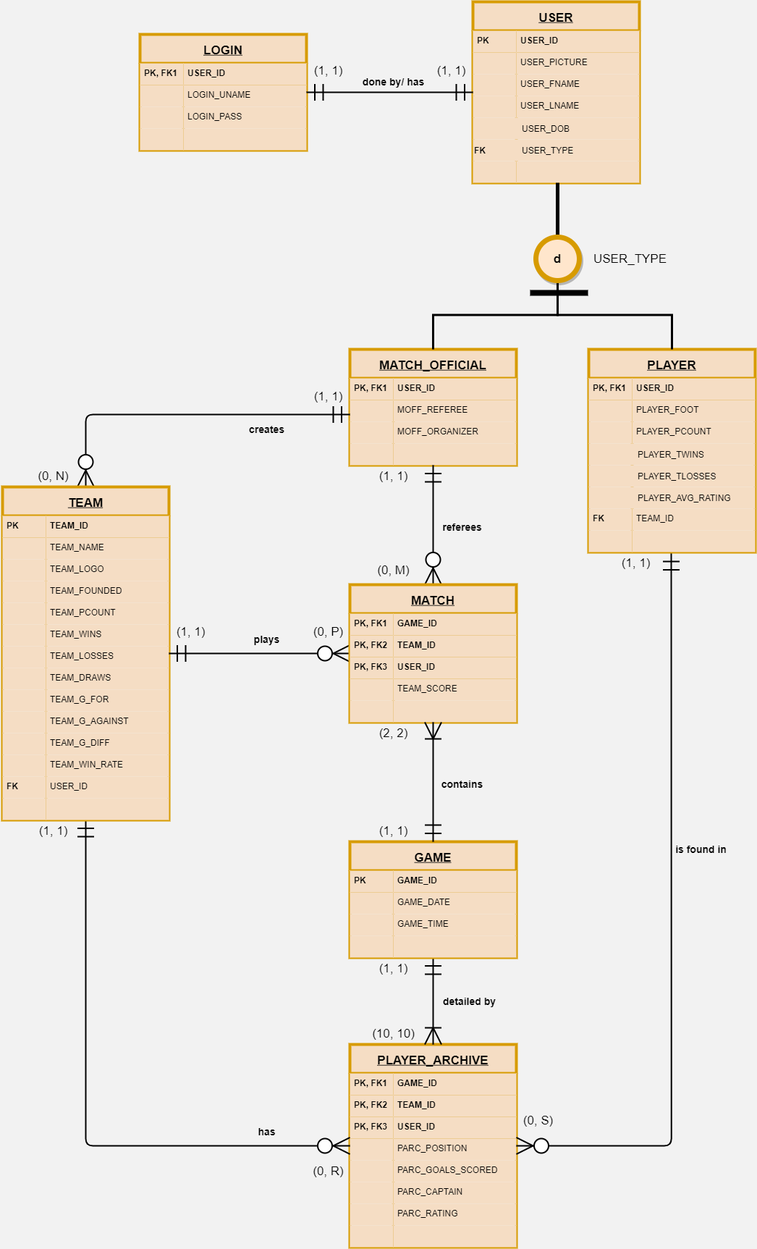
This is ASM ERD -  Final Draft - part 2.png from moose918/ASM, a draw.io export, as it was before one commit. Source tidied: cells renumbered, new cells last; positions are measured from the earlier drawing's top-left corner, leaving out a move shared by most shapes.
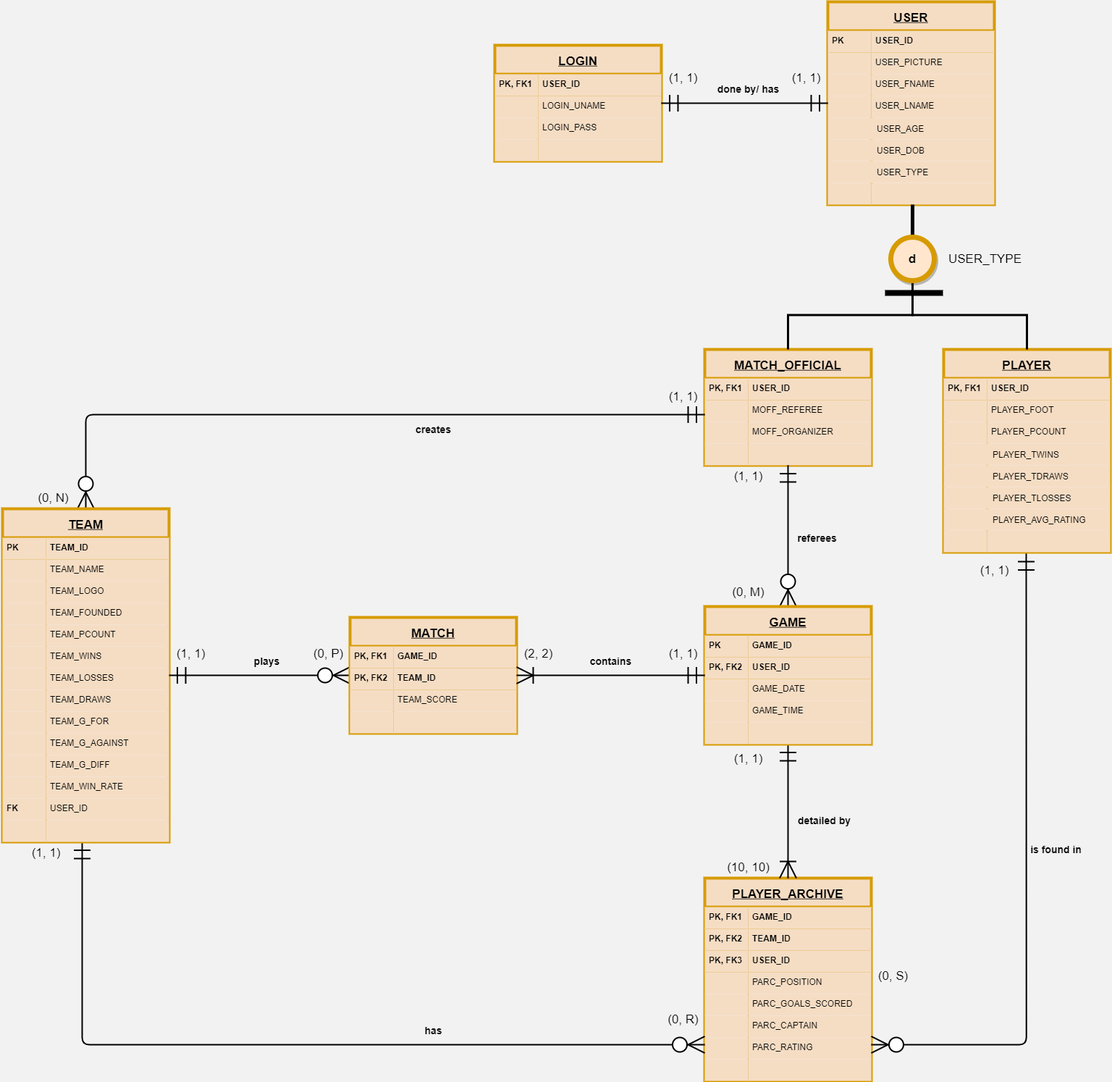
The same diagram one commit later.

Commit message:
DBF Characteristics part 1 DONE

What changed in the source:
```diff
@@ -8,3 +8,3 @@
     <mxCell id="3" value="PLAYER_ARCHIVE" style="shape=table;rowLines=0;align=center;fontSize=17;fillColor=#F5DDC4;strokeColor=#d79b00;verticalAlign=middle;spacingLeft=4;spacingRight=4;fontStyle=5;strokeWidth=4;startSize=40;shadow=0;" parent="1" vertex="1">
-      <mxGeometry x="480" y="1440" width="230" height="280" as="geometry" />
+      <mxGeometry x="480" y="1210" width="230" height="280" as="geometry" />
     </mxCell>
@@ -88,3 +88,3 @@
         <Array as="points">
-          <mxPoint x="924" y="1580" />
+          <mxPoint x="924" y="1440" />
         </Array>
@@ -95,3 +95,3 @@
         <Array as="points">
-          <mxPoint x="115" y="1580" />
+          <mxPoint x="-380" y="1440" />
         </Array>
@@ -177,4 +177,13 @@
     </mxCell>
+    <mxCell id="215" style="shape=partialRectangle;fillColor=#F5DDC4;top=0;left=0;bottom=0;right=0;fontSize=12;strokeColor=#d79b00;align=left;fontStyle=1;verticalAlign=top;spacingLeft=4;spacingRight=4;" parent="44" vertex="1">
+      <mxGeometry y="160" width="230" height="30" as="geometry" />
+    </mxCell>
+    <mxCell id="216" style="shape=partialRectangle;fillColor=none;top=0;left=0;bottom=0;right=0;overflow=hidden;" parent="215" vertex="1">
+      <mxGeometry width="60" height="30" as="geometry" />
+    </mxCell>
+    <mxCell id="217" value="PLAYER_TDRAWS" style="shape=partialRectangle;fillColor=none;top=0;left=0;bottom=0;right=0;align=left;spacingLeft=6;overflow=hidden;" parent="215" vertex="1">
+      <mxGeometry x="60" width="170" height="30" as="geometry" />
+    </mxCell>
     <mxCell id="57" style="shape=partialRectangle;fillColor=#F5DDC4;top=0;left=0;bottom=0;right=0;fontSize=12;strokeColor=#d79b00;align=left;fontStyle=1;verticalAlign=top;spacingLeft=4;spacingRight=4;" parent="44" vertex="1">
-      <mxGeometry y="160" width="230" height="30" as="geometry" />
+      <mxGeometry y="190" width="230" height="30" as="geometry" />
     </mxCell>
@@ -187,3 +196,3 @@
     <mxCell id="60" style="shape=partialRectangle;fillColor=#F5DDC4;top=0;left=0;bottom=0;right=0;fontSize=12;strokeColor=#d79b00;align=left;fontStyle=1;verticalAlign=top;spacingLeft=4;spacingRight=4;" parent="44" vertex="1">
-      <mxGeometry y="190" width="230" height="30" as="geometry" />
+      <mxGeometry y="220" width="230" height="30" as="geometry" />
     </mxCell>
@@ -195,11 +204,2 @@
     </mxCell>
-    <mxCell id="63" style="shape=partialRectangle;fillColor=none;top=0;left=0;bottom=0;right=0;" parent="44" vertex="1">
-      <mxGeometry y="220" width="230" height="30" as="geometry" />
-    </mxCell>
-    <mxCell id="64" value="FK" style="shape=partialRectangle;fillColor=#F5DDC4;top=0;left=0;bottom=0;right=0;overflow=hidden;align=left;verticalAlign=top;strokeColor=#d79b00;spacingLeft=4;spacingRight=4;fontStyle=1;" parent="63" vertex="1">
-      <mxGeometry width="60" height="30" as="geometry" />
-    </mxCell>
-    <mxCell id="65" value="TEAM_ID" style="shape=partialRectangle;fillColor=#F5DDC4;top=0;left=0;bottom=0;right=0;align=left;spacingLeft=4;overflow=hidden;verticalAlign=top;strokeColor=#d79b00;spacingRight=4;" parent="63" vertex="1">
-      <mxGeometry x="60" width="170" height="30" as="geometry" />
-    </mxCell>
     <mxCell id="66" style="shape=partialRectangle;fillColor=none;top=0;left=0;bottom=0;right=0;points=[[0,0.5],[1,0.5]];portConstraint=eastwest;" parent="44" vertex="1">
@@ -219,3 +219,3 @@
     </mxCell>
-    <mxCell id="71" style="fontSize=12;html=1;endArrow=ERmandOne;startArrow=ERzeroToMany;startSize=20;endSize=20;strokeWidth=2;startFill=1;endFill=0;" parent="1" edge="1" source="129" target="31">
+    <mxCell id="71" style="fontSize=12;html=1;endArrow=ERmandOne;startArrow=ERzeroToMany;startSize=20;endSize=20;strokeWidth=2;startFill=1;endFill=0;" parent="1" edge="1" source="145" target="31">
       <mxGeometry x="-810" y="-1220" as="geometry" />
@@ -226,3 +226,3 @@
     <mxCell id="73" value="referees" style="text;html=1;align=center;verticalAlign=middle;strokeColor=none;fontSize=14;fontStyle=1;" parent="1" vertex="1">
-      <mxGeometry x="600" y="715" width="70" height="20" as="geometry" />
+      <mxGeometry x="600" y="730" width="70" height="20" as="geometry" />
     </mxCell>
@@ -231,3 +231,3 @@
         <Array as="points">
-          <mxPoint x="115" y="570" />
+          <mxPoint x="-375" y="570" />
         </Array>
@@ -238,16 +238,13 @@
     </mxCell>
-    <mxCell id="76" value="(0, N)" style="text;html=1;align=center;verticalAlign=middle;strokeColor=none;fontSize=17;" parent="1" vertex="1">
-      <mxGeometry x="40" y="710" width="60" height="30" as="geometry" />
-    </mxCell>
     <mxCell id="77" value="creates" style="text;html=1;align=center;verticalAlign=middle;strokeColor=none;fontSize=14;fontStyle=1;" parent="1" vertex="1">
-      <mxGeometry x="335" y="580" width="60" height="20" as="geometry" />
+      <mxGeometry x="75" y="580" width="60" height="20" as="geometry" />
     </mxCell>
     <mxCell id="78" value="(1, 1)" style="text;html=1;align=center;verticalAlign=middle;strokeColor=none;fontSize=17;" parent="1" vertex="1">
-      <mxGeometry x="845" y="760" width="60" height="30" as="geometry" />
+      <mxGeometry x="850" y="770" width="60" height="30" as="geometry" />
     </mxCell>
     <mxCell id="79" value="(1, 1)" style="text;html=1;align=center;verticalAlign=middle;strokeColor=none;fontSize=17;" parent="1" vertex="1">
-      <mxGeometry x="40" y="1130" width="60" height="30" as="geometry" />
+      <mxGeometry x="-450" y="1130" width="60" height="30" as="geometry" />
     </mxCell>
     <mxCell id="80" value="TEAM" style="shape=table;rowLines=0;align=center;fontSize=17;fillColor=#F5DDC4;strokeColor=#d79b00;verticalAlign=middle;spacingLeft=4;spacingRight=4;fontStyle=5;strokeWidth=4;startSize=40;shadow=0;" parent="1" vertex="1">
-      <mxGeometry y="670" width="230" height="460" as="geometry" />
+      <mxGeometry x="-490" y="700" width="230" height="460" as="geometry" />
     </mxCell>
@@ -380,3 +377,3 @@
     <mxCell id="123" style="group;" parent="1" vertex="1">
-      <mxGeometry x="190" y="850" width="290" height="40" as="geometry" />
+      <mxGeometry x="-300" y="880" width="290" height="40" as="geometry" />
     </mxCell>
@@ -392,9 +389,9 @@
     <mxCell id="127" style="fontSize=12;html=1;endArrow=ERzeroToMany;startArrow=ERmandOne;startSize=20;endSize=20;strokeWidth=2;startFill=0;endFill=1;" parent="1" edge="1" source="80" target="129">
-      <mxGeometry x="-1620" y="-1720" as="geometry" />
+      <mxGeometry x="-2110" y="-1720" as="geometry" />
     </mxCell>
     <mxCell id="128" value="(0, M)" style="text;html=1;align=center;verticalAlign=middle;strokeColor=none;fontSize=17;" parent="1" vertex="1">
-      <mxGeometry x="510" y="770" width="60" height="30" as="geometry" />
+      <mxGeometry x="510" y="800" width="60" height="30" as="geometry" />
     </mxCell>
     <mxCell id="129" value="MATCH" style="shape=table;rowLines=0;align=center;fontSize=17;fillColor=#F5DDC4;strokeColor=#d79b00;verticalAlign=middle;spacingLeft=4;spacingRight=4;fontStyle=5;strokeWidth=4;startSize=40;shadow=0;" parent="1" vertex="1">
-      <mxGeometry x="480" y="805" width="230" height="190" as="geometry" />
+      <mxGeometry x="-10" y="850" width="230" height="160" as="geometry" />
     </mxCell>
@@ -418,13 +415,4 @@
     </mxCell>
-    <mxCell id="136" style="shape=partialRectangle;fillColor=none;top=0;left=0;bottom=1;right=0;strokeColor=#D79B00;strokeWidth=5;perimeterSpacing=3;" parent="129" vertex="1">
-      <mxGeometry y="100" width="230" height="30" as="geometry" />
-    </mxCell>
-    <mxCell id="137" value="PK, FK3" style="shape=partialRectangle;fillColor=#F5DDC4;top=0;left=0;bottom=0;right=0;overflow=hidden;align=left;verticalAlign=top;strokeColor=#d79b00;spacingLeft=4;spacingRight=4;fontStyle=1;strokeWidth=7;" parent="136" vertex="1">
-      <mxGeometry width="60" height="30" as="geometry" />
-    </mxCell>
-    <mxCell id="138" value="USER_ID" style="shape=partialRectangle;fillColor=#F5DDC4;top=0;left=0;bottom=0;right=0;align=left;spacingLeft=4;overflow=hidden;verticalAlign=top;strokeColor=#d79b00;spacingRight=4;fontStyle=1;strokeWidth=5;" parent="136" vertex="1">
-      <mxGeometry x="60" width="170" height="30" as="geometry" />
-    </mxCell>
     <mxCell id="139" style="shape=partialRectangle;fillColor=none;top=0;left=0;bottom=0;right=0;" parent="129" vertex="1">
-      <mxGeometry y="130" width="230" height="30" as="geometry" />
+      <mxGeometry y="100" width="230" height="30" as="geometry" />
     </mxCell>
@@ -437,3 +425,3 @@
     <mxCell id="142" style="shape=partialRectangle;fillColor=none;top=0;left=0;bottom=0;right=0;" parent="129" vertex="1">
-      <mxGeometry y="160" width="230" height="30" as="geometry" />
+      <mxGeometry y="130" width="230" height="30" as="geometry" />
     </mxCell>
@@ -446,3 +434,3 @@
     <mxCell id="145" value="GAME" style="shape=table;rowLines=0;align=center;fontSize=17;fillColor=#F5DDC4;strokeColor=#d79b00;verticalAlign=middle;spacingLeft=4;spacingRight=4;fontStyle=5;strokeWidth=4;startSize=40;shadow=0;" parent="1" vertex="1">
-      <mxGeometry x="480" y="1160" width="230" height="160" as="geometry" />
+      <mxGeometry x="480" y="835" width="230" height="190" as="geometry" />
     </mxCell>
@@ -457,9 +445,18 @@
     </mxCell>
-    <mxCell id="149" style="shape=partialRectangle;fillColor=none;top=0;left=0;bottom=0;right=0;" parent="145" vertex="1">
-      <mxGeometry y="70" width="230" height="30" as="geometry" />
-    </mxCell>
+    <mxCell id="218" style="shape=partialRectangle;fillColor=none;top=0;left=0;bottom=1;right=0;strokeColor=#D79B00;strokeWidth=5;perimeterSpacing=3;" parent="145" vertex="1">
+      <mxGeometry y="70" width="230" height="30" as="geometry" />
+    </mxCell>
+    <mxCell id="219" value="PK, FK2" style="shape=partialRectangle;fillColor=#F5DDC4;top=0;left=0;bottom=0;right=0;overflow=hidden;align=left;verticalAlign=top;strokeColor=#d79b00;spacingLeft=4;spacingRight=4;fontStyle=1;strokeWidth=7;" parent="218" vertex="1">
+      <mxGeometry width="60" height="30" as="geometry" />
+    </mxCell>
+    <mxCell id="138" value="USER_ID" style="shape=partialRectangle;fillColor=#F5DDC4;top=0;left=0;bottom=0;right=0;align=left;spacingLeft=4;overflow=hidden;verticalAlign=top;strokeColor=#d79b00;spacingRight=4;fontStyle=1;strokeWidth=5;" parent="218" vertex="1">
+      <mxGeometry x="60" width="170" height="30" as="geometry" />
+    </mxCell>
+    <mxCell id="220" style="shape=partialRectangle;fillColor=none;top=0;left=0;bottom=0;right=0;" parent="145" vertex="1">
+      <mxGeometry y="100" width="230" height="30" as="geometry" />
+    </mxCell>
-    <mxCell id="150" style="shape=partialRectangle;fillColor=#F5DDC4;top=0;left=0;bottom=0;right=0;overflow=hidden;align=left;verticalAlign=top;strokeColor=#d79b00;spacingLeft=4;spacingRight=4;" parent="149" vertex="1">
+    <mxCell id="150" style="shape=partialRectangle;fillColor=#F5DDC4;top=0;left=0;bottom=0;right=0;overflow=hidden;align=left;verticalAlign=top;strokeColor=#d79b00;spacingLeft=4;spacingRight=4;" parent="220" vertex="1">
       <mxGeometry width="60" height="30" as="geometry" />
     </mxCell>
-    <mxCell id="151" value="GAME_DATE" style="shape=partialRectangle;fillColor=#F5DDC4;top=0;left=0;bottom=0;right=0;align=left;spacingLeft=4;overflow=hidden;verticalAlign=top;strokeColor=#d79b00;spacingRight=4;" parent="149" vertex="1">
+    <mxCell id="151" value="GAME_DATE" style="shape=partialRectangle;fillColor=#F5DDC4;top=0;left=0;bottom=0;right=0;align=left;spacingLeft=4;overflow=hidden;verticalAlign=top;strokeColor=#d79b00;spacingRight=4;" parent="220" vertex="1">
       <mxGeometry x="60" width="170" height="30" as="geometry" />
@@ -467,3 +464,3 @@
     <mxCell id="152" style="shape=partialRectangle;fillColor=none;top=0;left=0;bottom=0;right=0;" parent="145" vertex="1">
-      <mxGeometry y="100" width="230" height="30" as="geometry" />
+      <mxGeometry y="130" width="230" height="30" as="geometry" />
     </mxCell>
@@ -476,3 +473,3 @@
     <mxCell id="155" style="shape=partialRectangle;fillColor=none;top=0;left=0;bottom=0;right=0;" parent="145" vertex="1">
-      <mxGeometry y="130" width="230" height="30" as="geometry" />
+      <mxGeometry y="160" width="230" height="30" as="geometry" />
     </mxCell>
@@ -488,3 +485,3 @@
     <mxCell id="159" value="(0, N)" style="text;html=1;align=center;verticalAlign=middle;strokeColor=none;fontSize=17;" parent="1" vertex="1">
-      <mxGeometry x="40" y="640" width="60" height="30" as="geometry" />
+      <mxGeometry x="-450" y="670" width="60" height="30" as="geometry" />
     </mxCell>
@@ -494,6 +491,6 @@
     <mxCell id="161" style="group;" parent="160" vertex="1">
-      <mxGeometry width="690" height="250" as="geometry" />
+      <mxGeometry width="690" height="280" as="geometry" />
     </mxCell>
     <mxCell id="162" value="LOGIN" style="shape=table;rowLines=0;align=center;fontSize=17;fillColor=#F5DDC4;strokeColor=#d79b00;verticalAlign=middle;spacingLeft=4;spacingRight=4;fontStyle=5;strokeWidth=4;startSize=40;shadow=0;" parent="161" vertex="1">
-      <mxGeometry y="45" width="230" height="160" as="geometry" />
+      <mxGeometry y="60" width="230" height="160" as="geometry" />
     </mxCell>
@@ -536,3 +533,3 @@
     <mxCell id="175" value="USER" style="shape=table;rowLines=0;align=center;fontSize=17;fillColor=#F5DDC4;strokeColor=#d79b00;verticalAlign=middle;spacingLeft=4;spacingRight=4;fontStyle=5;strokeWidth=4;startSize=40;shadow=0;" parent="161" vertex="1">
-      <mxGeometry x="460" width="230" height="250" as="geometry" />
+      <mxGeometry x="460" width="230" height="280" as="geometry" />
     </mxCell>
@@ -574,4 +571,13 @@
     </mxCell>
+    <mxCell id="221" style="shape=partialRectangle;fillColor=#F5DDC4;top=0;left=0;bottom=0;right=0;fontSize=12;strokeColor=#d79b00;align=left;fontStyle=1;verticalAlign=top;spacingLeft=4;spacingRight=4;" parent="175" vertex="1">
+      <mxGeometry y="160" width="230" height="30" as="geometry" />
+    </mxCell>
+    <mxCell id="222" style="shape=partialRectangle;fillColor=none;top=0;left=0;bottom=0;right=0;overflow=hidden;" parent="221" vertex="1">
+      <mxGeometry width="60" height="30" as="geometry" />
+    </mxCell>
+    <mxCell id="223" value="USER_AGE" style="shape=partialRectangle;fillColor=none;top=0;left=0;bottom=0;right=0;align=left;spacingLeft=6;overflow=hidden;" parent="221" vertex="1">
+      <mxGeometry x="60" width="170" height="30" as="geometry" />
+    </mxCell>
     <mxCell id="188" style="shape=partialRectangle;fillColor=#F5DDC4;top=0;left=0;bottom=0;right=0;fontSize=12;strokeColor=#d79b00;align=left;fontStyle=1;verticalAlign=top;spacingLeft=4;spacingRight=4;" parent="175" vertex="1">
-      <mxGeometry y="160" width="230" height="30" as="geometry" />
+      <mxGeometry y="190" width="230" height="30" as="geometry" />
     </mxCell>
@@ -584,5 +590,5 @@
     <mxCell id="191" style="shape=partialRectangle;fillColor=#F5DDC4;top=0;left=0;bottom=0;right=0;fontSize=12;strokeColor=#d79b00;align=left;fontStyle=1;verticalAlign=top;spacingLeft=4;spacingRight=4;" parent="175" vertex="1">
-      <mxGeometry y="190" width="230" height="30" as="geometry" />
+      <mxGeometry y="220" width="230" height="30" as="geometry" />
     </mxCell>
-    <mxCell id="192" value="FK" style="shape=partialRectangle;fillColor=none;top=0;left=0;bottom=0;right=0;overflow=hidden;align=left;fontStyle=1;" parent="191" vertex="1">
+    <mxCell id="192" style="shape=partialRectangle;fillColor=none;top=0;left=0;bottom=0;right=0;overflow=hidden;align=left;fontStyle=1;" parent="191" vertex="1">
       <mxGeometry width="60" height="30" as="geometry" />
@@ -593,3 +599,3 @@
     <mxCell id="194" style="shape=partialRectangle;fillColor=none;top=0;left=0;bottom=0;right=0;points=[[0,0.5],[1,0.5]];portConstraint=eastwest;" parent="175" vertex="1">
-      <mxGeometry y="220" width="230" height="30" as="geometry" />
+      <mxGeometry y="250" width="230" height="30" as="geometry" />
     </mxCell>
@@ -602,3 +608,3 @@
     <mxCell id="197" style="group;fontStyle=0;" parent="161" vertex="1">
-      <mxGeometry x="270" y="70" width="190" height="50" as="geometry" />
+      <mxGeometry x="270" y="80" width="190" height="50" as="geometry" />
     </mxCell>
@@ -626,27 +632,27 @@
     <mxCell id="205" value="has" style="text;html=1;align=center;verticalAlign=middle;strokeColor=none;fontSize=14;fontStyle=1;" parent="1" vertex="1">
-      <mxGeometry x="345" y="1550" width="40" height="20" as="geometry" />
+      <mxGeometry x="85" y="1410" width="40" height="20" as="geometry" />
     </mxCell>
     <mxCell id="206" value="(0, R)" style="text;html=1;align=center;verticalAlign=middle;strokeColor=none;fontSize=17;" parent="1" vertex="1">
-      <mxGeometry x="420" y="1600" width="60" height="30" as="geometry" />
+      <mxGeometry x="420" y="1390" width="60" height="30" as="geometry" />
     </mxCell>
     <mxCell id="207" value="detailed by" style="text;html=1;align=center;verticalAlign=middle;strokeColor=none;fontSize=14;fontStyle=1;" parent="1" vertex="1">
-      <mxGeometry x="600" y="1370" width="90" height="20" as="geometry" />
+      <mxGeometry x="600" y="1120" width="90" height="20" as="geometry" />
     </mxCell>
     <mxCell id="208" value="contains" style="text;html=1;align=center;verticalAlign=middle;strokeColor=none;fontSize=14;fontStyle=1;" parent="1" vertex="1">
-      <mxGeometry x="600" y="1070" width="70" height="20" as="geometry" />
+      <mxGeometry x="315" y="900" width="70" height="20" as="geometry" />
     </mxCell>
     <mxCell id="209" value="(2, 2)" style="text;html=1;align=center;verticalAlign=middle;strokeColor=none;fontSize=17;" parent="1" vertex="1">
-      <mxGeometry x="510" y="995" width="60" height="30" as="geometry" />
+      <mxGeometry x="220" y="885" width="60" height="30" as="geometry" />
     </mxCell>
     <mxCell id="210" value="(1, 1)" style="text;html=1;align=center;verticalAlign=middle;strokeColor=none;fontSize=17;" parent="1" vertex="1">
-      <mxGeometry x="510" y="1130" width="60" height="30" as="geometry" />
+      <mxGeometry x="510" y="1030" width="60" height="30" as="geometry" />
     </mxCell>
     <mxCell id="211" value="(1, 1)" style="text;html=1;align=center;verticalAlign=middle;strokeColor=none;fontSize=17;" parent="1" vertex="1">
-      <mxGeometry x="510" y="1320" width="60" height="30" as="geometry" />
+      <mxGeometry x="420" y="885" width="60" height="30" as="geometry" />
     </mxCell>
     <mxCell id="212" value="(10, 10)" style="text;html=1;align=center;verticalAlign=middle;strokeColor=none;fontSize=17;" parent="1" vertex="1">
-      <mxGeometry x="505" y="1410" width="70" height="30" as="geometry" />
+      <mxGeometry x="505" y="1180" width="70" height="30" as="geometry" />
     </mxCell>
     <mxCell id="213" value="(0, S)" style="text;html=1;align=center;verticalAlign=middle;strokeColor=none;fontSize=17;" parent="1" vertex="1">
-      <mxGeometry x="710" y="1530" width="60" height="30" as="geometry" />
+      <mxGeometry x="710" y="1330" width="60" height="30" as="geometry" />
     </mxCell>
@@ -658,2 +664,5 @@
     </mxCell>
+    <mxCell id="224" value="(1, 1)" style="text;html=1;align=center;verticalAlign=middle;strokeColor=none;fontSize=17;" parent="1" vertex="1">
+      <mxGeometry x="-460" y="1160" width="60" height="30" as="geometry" />
+    </mxCell>
   </root>
```
